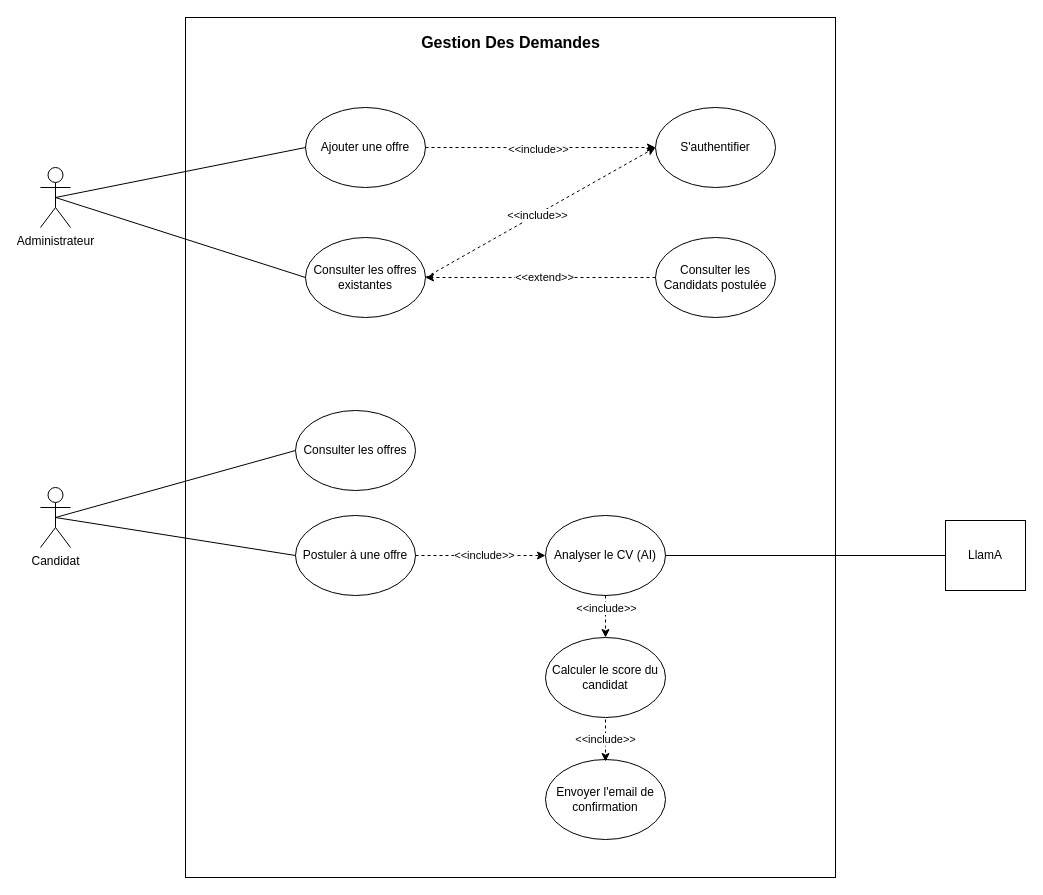
Earlier version of the draw.io diagram Diagramme de cas d’utilisation du sprint 3.drawio (PORTAIL-RH/Portail-RH-Mobile). Source tidied: cells renumbered, new cells numbered last; positions are measured from the earlier drawing's top-left corner, leaving out a move shared by most shapes. Both pictures are drawn from the tidied source at 100%, with x=0, y=0 at pixel (40, 17).
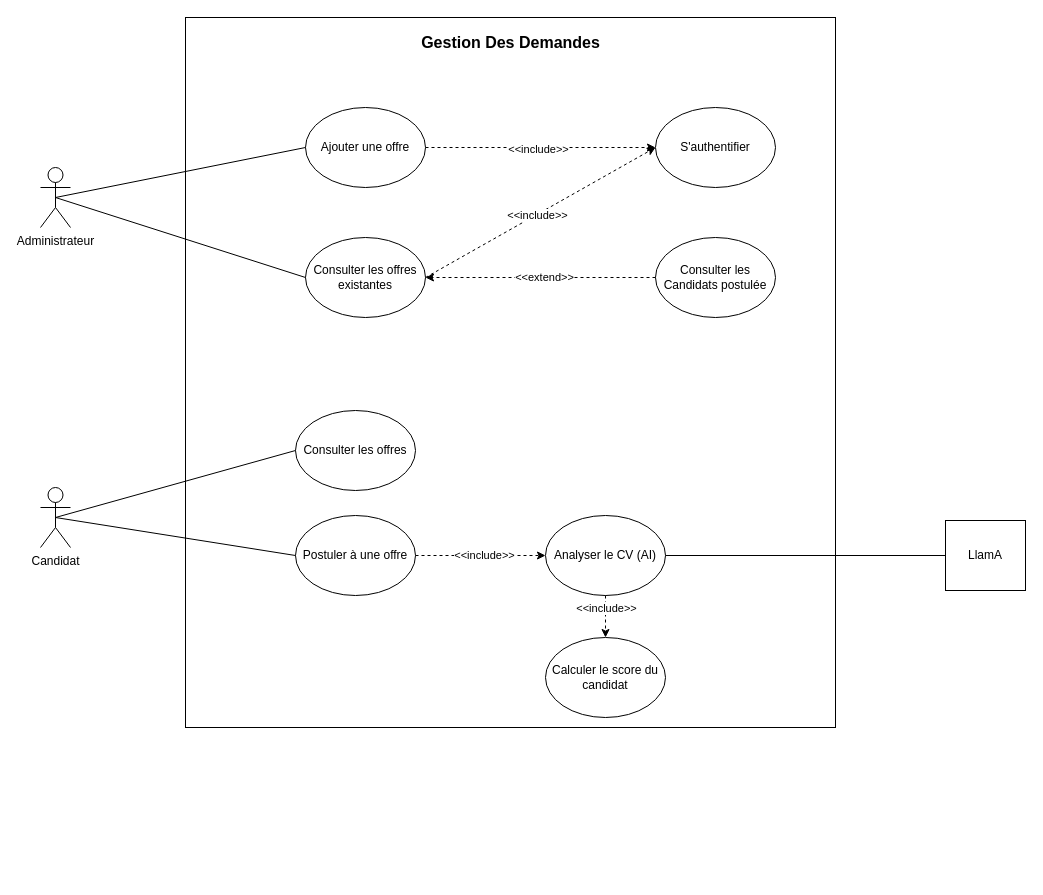
Above is the later version.

Commit message:
Mettre à jour Diagramme de cas d’utilisation du sprint 3.drawio

Change to the diagram source:
```diff
@@
     <mxCell id="2" style="rounded=0;whiteSpace=wrap;html=1;" parent="1" vertex="1">
-      <mxGeometry x="145" width="650" height="860" as="geometry" />
+      <mxGeometry x="145" width="650" height="710" as="geometry" />
     </mxCell>
@@
-    <mxCell id="28" value="Envoyer l'email de confirmation" style="ellipse;whiteSpace=wrap;html=1;" parent="1" vertex="1">
-      <mxGeometry x="505" y="742" width="120" height="80" as="geometry" />
-    </mxCell>
-    <mxCell id="29" style="endArrow=classic;dashed=1;html=1;rounded=0;entryX=0.5;entryY=0;entryDx=0;entryDy=0;exitX=0.5;exitY=1;exitDx=0;exitDy=0;endFill=1;" parent="1" edge="1">
-      <mxGeometry relative="1" as="geometry">
-        <mxPoint x="565" y="702" as="sourcePoint" />
-        <mxPoint x="565" y="744" as="targetPoint" />
-      </mxGeometry>
-    </mxCell>
-    <mxCell id="30" value="&amp;lt;&amp;lt;include&amp;gt;&amp;gt;" style="edgeLabel;html=1;align=center;verticalAlign=middle;" parent="29" vertex="1">
-      <mxGeometry x="-0.1" y="-1" relative="1" as="geometry" />
-    </mxCell>
```
